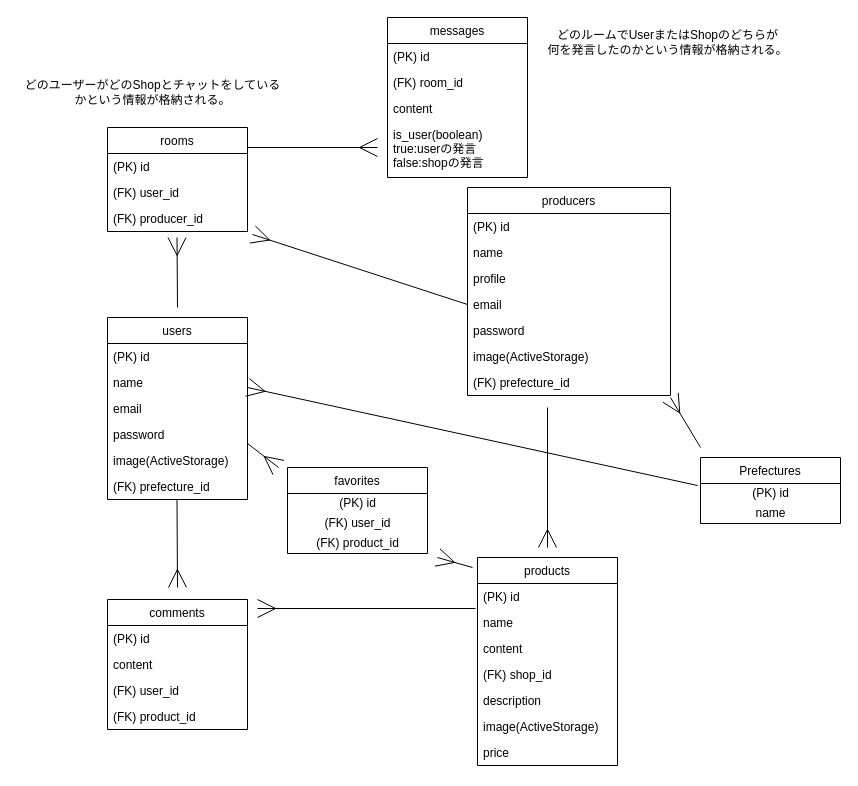
This is Producer_er.dio from takashimakyohei/Producer, a draw.io file, before an edit. Source tidied: cells renumbered, new cells numbered last; positions are measured from the earlier drawing's top-left corner, leaving out a move shared by most shapes. Both pictures are drawn from the tidied source at 100%, with x=0, y=0 at pixel (17, 17).
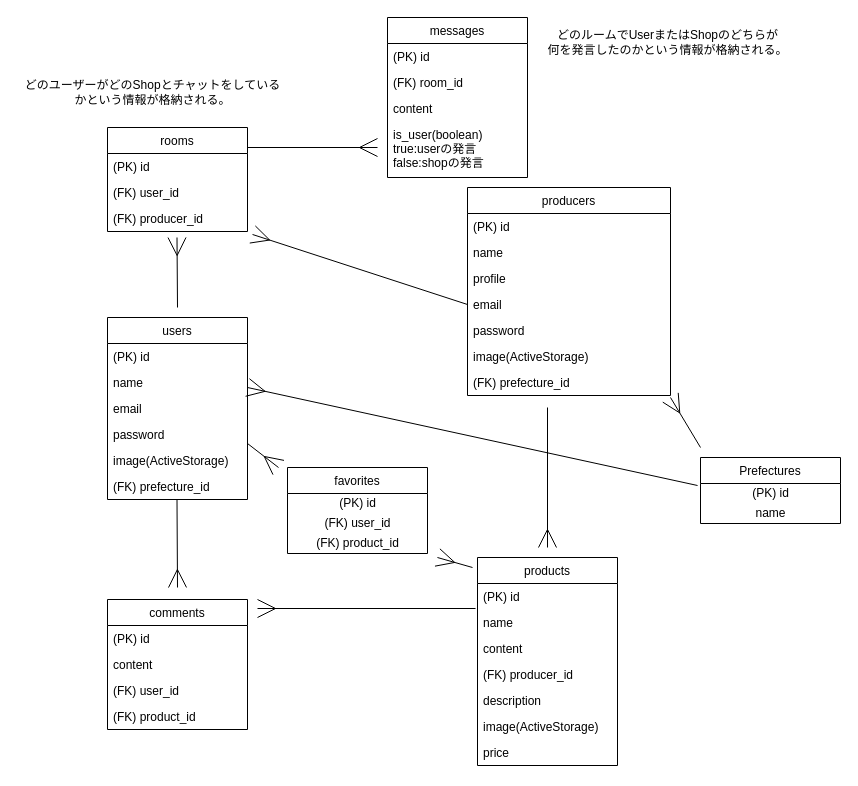
The same diagram, later.

Unchanged cells that the change refers to:
```xml
<mxCell id="36" value="products" style="swimlane;fontStyle=0;horizontal=1;startSize=26;fillColor=none;" parent="1" vertex="1">
  <mxGeometry x="460" y="540" width="140" height="208" as="geometry" />
</mxCell>
```

The edit, as a diff of the source:
```diff
@@
-    <mxCell id="40" value="(FK) shop_id" style="text;strokeColor=none;fillColor=none;align=left;verticalAlign=top;spacingLeft=4;spacingRight=4;overflow=hidden;" parent="36" vertex="1">
+    <mxCell id="40" value="(FK) producer_id" style="text;strokeColor=none;fillColor=none;align=left;verticalAlign=top;spacingLeft=4;spacingRight=4;overflow=hidden;" parent="36" vertex="1">
       <mxGeometry y="104" width="140" height="26" as="geometry" />
     </mxCell>
```
